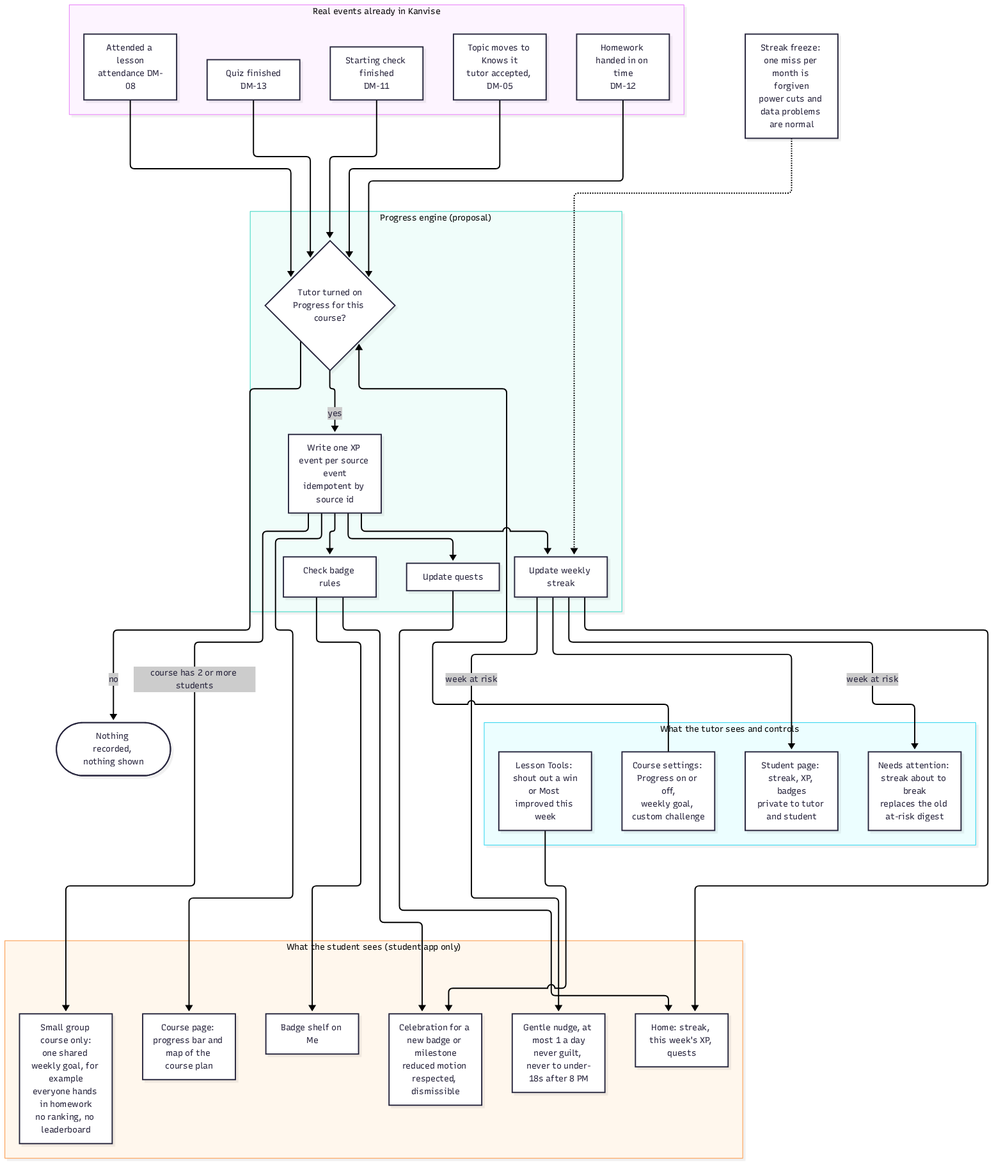
Before: docs/design/user-flows/diagrams/15-gamification.png, a diagram exported from Mermaid (KingUsang/Kanvise). Its source is kept beside it as docs/design/user-flows/diagrams/src/15-gamification.mmd. Its diagram source:
```mermaid
flowchart TD
  subgraph SRC["Real events already in Kanvise"]
    E1["Attended a lesson<br/>attendance DM-08"]
    E2["Homework handed in on time<br/>DM-12"]
    E3["Quiz finished<br/>DM-13"]
    E4["Starting check finished<br/>DM-11"]
    E5["Topic moves to Knows it<br/>tutor accepted, DM-05"]
  end
  subgraph ENG["Progress engine (proposal)"]
    G0{"Tutor turned on<br/>Progress for this course?"}
    G1["Write one XP event per source event<br/>idempotent by source id"]
    G2["Update weekly streak"]
    G3["Check badge rules"]
    G4["Update quests"]
  end
  subgraph UI["What the student sees (student app only)"]
    U1["Home: streak, this week's XP, quests"]
    U2["Course page: progress bar and map of the course plan"]
    U3["Badge shelf on Me"]
    U4["Celebration for a new badge or milestone<br/>reduced motion respected, dismissible"]
    U5["Gentle nudge, at most 1 a day<br/>never guilt, never to under-18s after 8 PM"]
    U6["Small group course only:<br/>one shared weekly goal, for example<br/>everyone hands in homework<br/>no ranking, no leaderboard"]
  end
  subgraph TUT["What the tutor sees and controls"]
    T1["Student page: streak, XP, badges<br/>private to tutor and student"]
    T2["Course settings: Progress on or off,<br/>weekly goal, custom challenge"]
    T3["Lesson Tools: shout out a win<br/>or Most improved this week"]
    T4["Needs attention: streak about to break<br/>replaces the old at-risk digest"]
  end
  E1 --> G0
  E2 --> G0
  E3 --> G0
  E4 --> G0
  E5 --> G0
  G0 -->|"no"| X(["Nothing recorded, nothing shown"])
  G0 -->|"yes"| G1
  G1 --> G2
  G1 --> G3
  G1 --> G4
  G2 --> U1
  G4 --> U1
  G3 --> U3
  G3 --> U4
  G1 --> U2
  G2 -->|"week at risk"| U5
  G1 -->|"course has 2 or more students"| U6
  G2 --> T1
  G2 -->|"week at risk"| T4
  T2 --> G0
  T3 --> U4
  S1["Streak freeze: one miss per month is forgiven<br/>power cuts and data problems are normal"] -.-> G2
```
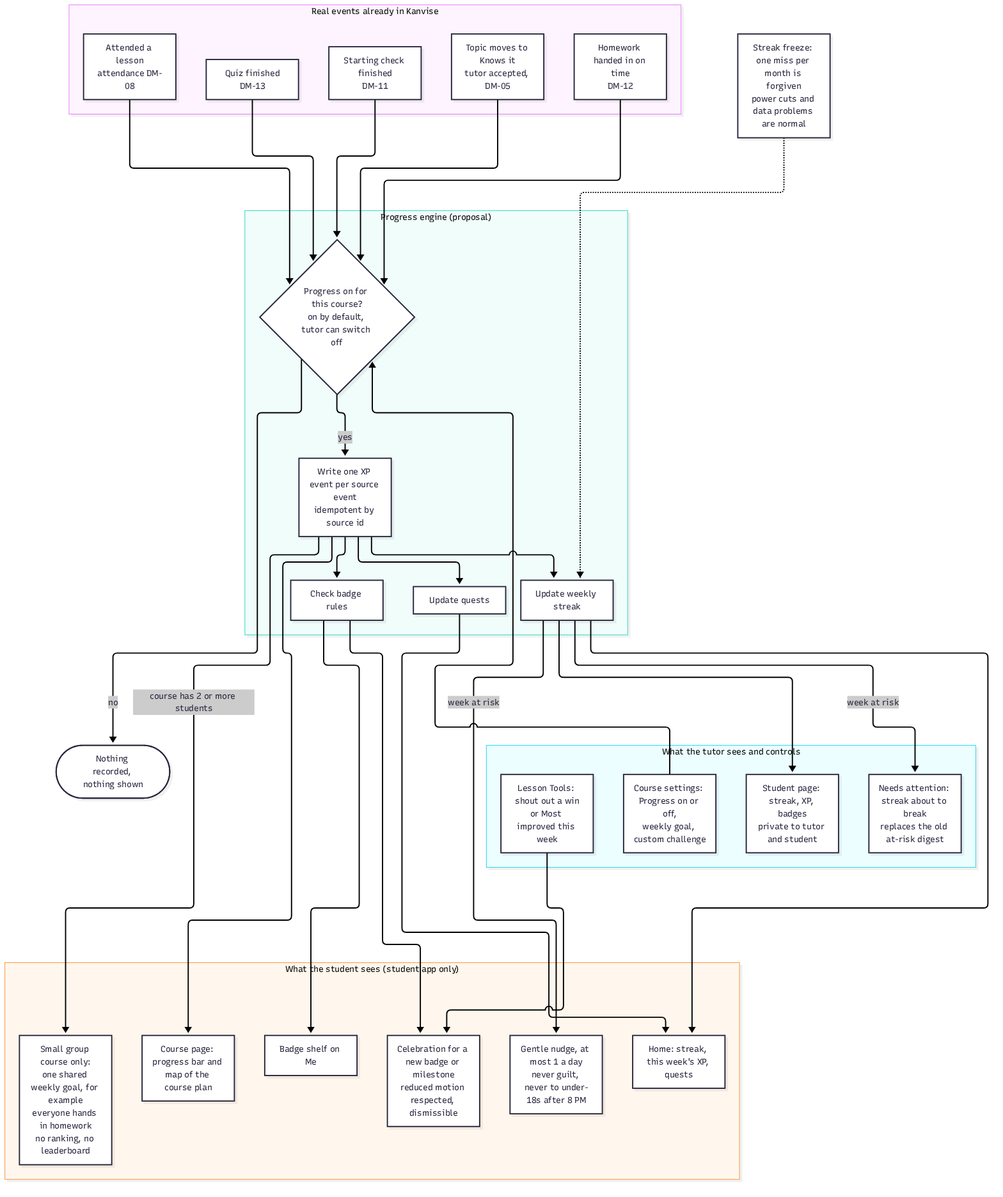
Above is the later version.

Commit message:
docs(design): payer pays Paystack fee (D-21), progress on by default (D-20), payments currency and fee design from Paystack docs

What changed in the source:
```diff
@@ -7,7 +7,7 @@
     E5["Topic moves to Knows it<br/>tutor accepted, DM-05"]
   end
   subgraph ENG["Progress engine (proposal)"]
-    G0{"Tutor turned on<br/>Progress for this course?"}
+    G0{"Progress on for this course?<br/>on by default, tutor can switch off"}
     G1["Write one XP event per source event<br/>idempotent by source id"]
     G2["Update weekly streak"]
     G3["Check badge rules"]
```
